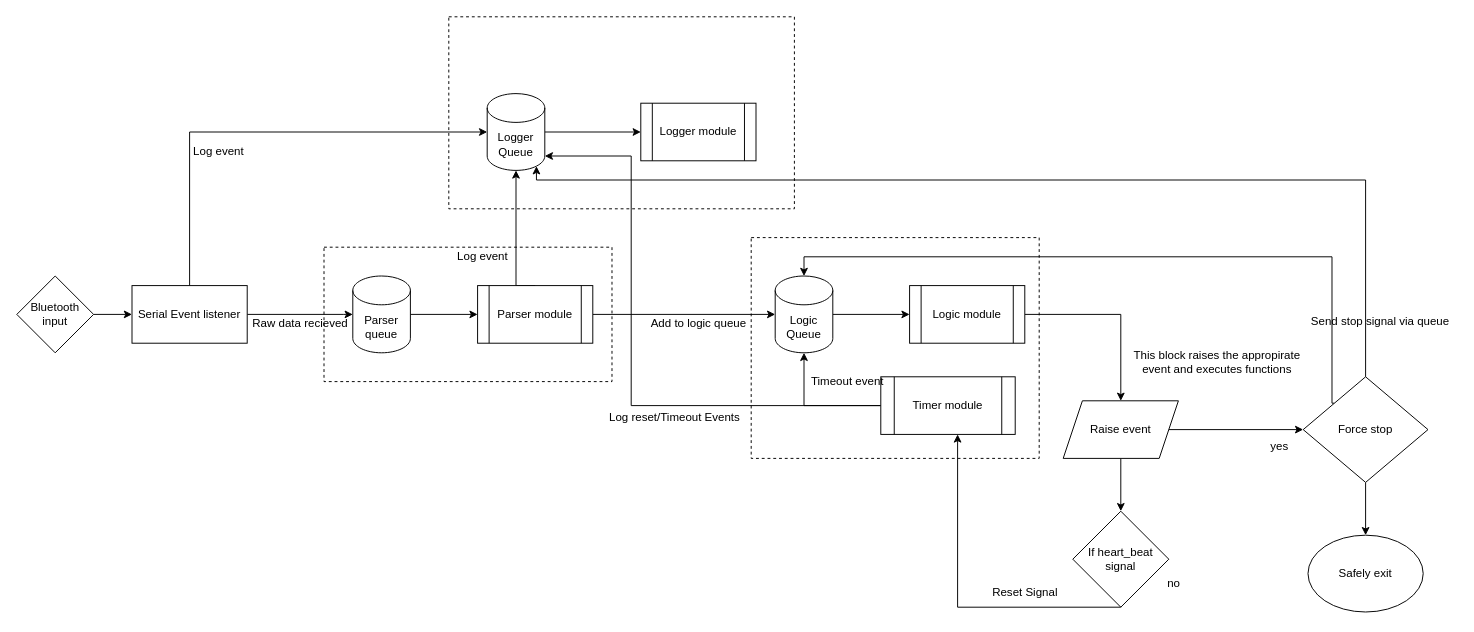
arjun1299/PancreasGUI keeps this draw.io diagram as Untitled Diagram.drawio. Above is the earlier version. Source tidied: cells renumbered, new cells numbered last; positions are measured from the earlier drawing's top-left corner, leaving out a move shared by most shapes. Both pictures are drawn from the tidied source at 96%, with x=0, y=0 at pixel (16, 16).
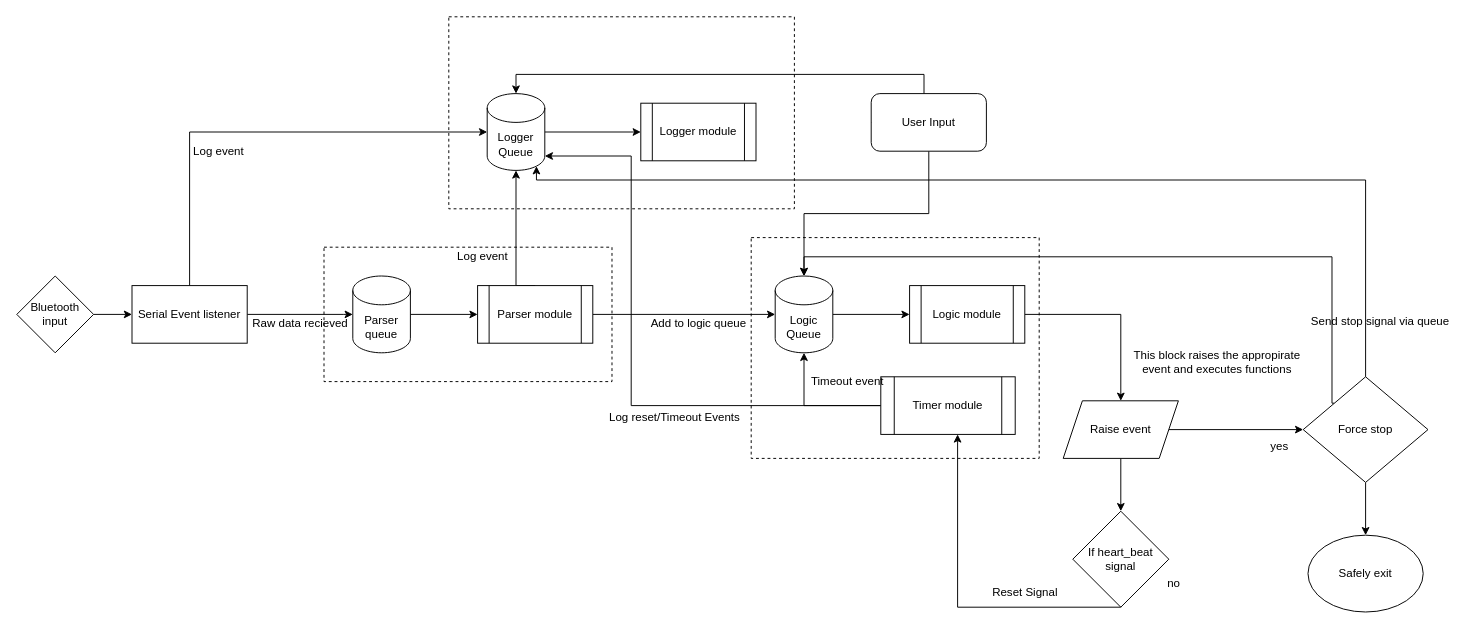
The same page after the edit.

The change refers to these unchanged cells:
```xml
<mxCell id="18" value="Logger Queue" style="shape=cylinder3;whiteSpace=wrap;html=1;boundedLbl=1;backgroundOutline=1;size=15;" parent="1" vertex="1">
  <mxGeometry x="490" y="80" width="60" height="80" as="geometry" />
</mxCell>
<mxCell id="20" value="Logic Queue" style="shape=cylinder3;whiteSpace=wrap;html=1;boundedLbl=1;backgroundOutline=1;size=15;" parent="1" vertex="1">
  <mxGeometry x="790" y="270" width="60" height="80" as="geometry" />
</mxCell>
```

What changed in the source:
```diff
@@
+    <mxCell id="46" style="edgeStyle=orthogonalEdgeStyle;rounded=0;jettySize=auto;html=1;exitX=0;exitY=0.5;exitDx=0;exitDy=0;entryX=0.5;entryY=0;entryDx=0;entryDy=0;entryPerimeter=0;" parent="1" edge="1" source="48" target="18">
+      <mxGeometry relative="1" as="geometry">
+        <Array as="points">
+          <mxPoint x="945" y="60" />
+          <mxPoint x="520" y="60" />
+        </Array>
+      </mxGeometry>
+    </mxCell>
+    <mxCell id="47" style="edgeStyle=orthogonalEdgeStyle;rounded=0;jettySize=auto;html=1;exitX=0.5;exitY=1;exitDx=0;exitDy=0;" parent="1" edge="1" source="48" target="20">
+      <mxGeometry relative="1" as="geometry" />
+    </mxCell>
+    <mxCell id="48" value="User Input" style="rounded=1;whiteSpace=wrap;html=1;" parent="1" vertex="1">
+      <mxGeometry x="890" y="80" width="120" height="60" as="geometry" />
+    </mxCell>
```
